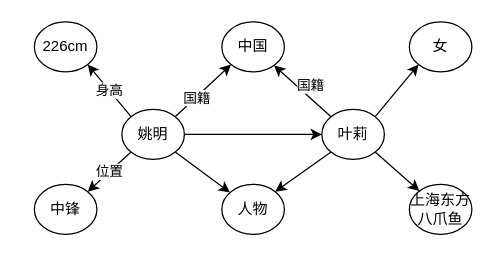
Dionysusssss/GraduationDesign2 keeps this draw.io diagram as kgexample.drawio. Above is the earlier version. Source tidied: cells renumbered, new cells numbered last; positions are measured from the earlier drawing's top-left corner, leaving out a move shared by most shapes. Both pictures are drawn from the tidied source at 125%, with x=0, y=0 at pixel (34, 21).
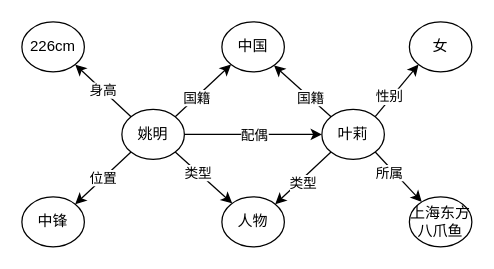
After the change.

Unchanged cells that the change refers to:
```xml
<mxCell id="2" style="edgeStyle=orthogonalEdgeStyle;rounded=0;jettySize=auto;html=1;" parent="1" edge="1" source="8" target="14">
  <mxGeometry relative="1" as="geometry" />
</mxCell>
<mxCell id="7" style="edgeStyle=none;rounded=0;jettySize=auto;html=1;exitX=1;exitY=1;exitDx=0;exitDy=0;" parent="1" edge="1" source="8" target="16">
  <mxGeometry relative="1" as="geometry" />
</mxCell>
<mxCell id="10" style="edgeStyle=none;rounded=0;jettySize=auto;html=1;exitX=0;exitY=0;exitDx=0;exitDy=0;" parent="1" edge="1" source="14" target="15">
  <mxGeometry relative="1" as="geometry" />
</mxCell>
<mxCell id="12" style="edgeStyle=none;rounded=0;jettySize=auto;html=1;exitX=1;exitY=0;exitDx=0;exitDy=0;entryX=0;entryY=1;entryDx=0;entryDy=0;" parent="1" edge="1" source="14" target="17">
  <mxGeometry relative="1" as="geometry" />
</mxCell>
```

What changed in the source:
```diff
@@
+    <mxCell id="21" value="配偶" style="edgeLabel;html=1;align=center;verticalAlign=middle;" parent="2" vertex="1">
+      <mxGeometry x="0.2" y="-3" relative="1" as="geometry">
+        <mxPoint x="-11" y="-3" as="offset" />
+      </mxGeometry>
+    </mxCell>
@@
+    <mxCell id="22" value="类型" style="edgeLabel;html=1;align=center;verticalAlign=middle;" parent="7" vertex="1">
+      <mxGeometry x="-0.46" relative="1" as="geometry">
+        <mxPoint x="5" y="5" as="offset" />
+      </mxGeometry>
+    </mxCell>
@@
     <mxCell id="11" value="国籍" style="edgeLabel;html=1;align=center;verticalAlign=middle;" parent="10" vertex="1">
       <mxGeometry x="-0.4" y="-2" relative="1" as="geometry">
-        <mxPoint x="-5" y="-12" as="offset" />
+        <mxPoint x="-5" y="-2" as="offset" />
       </mxGeometry>
     </mxCell>
@@
+    <mxCell id="23" value="性别" style="edgeLabel;html=1;align=center;verticalAlign=middle;" parent="12" vertex="1">
+      <mxGeometry x="-0.45" y="-2" relative="1" as="geometry">
+        <mxPoint y="-6" as="offset" />
+      </mxGeometry>
+    </mxCell>
@@
     <mxCell id="16" value="人物" style="ellipse;whiteSpace=wrap;html=1;" parent="1" vertex="1">
-      <mxGeometry x="150" y="130" width="50" height="40" as="geometry" />
+      <mxGeometry x="150" y="140" width="50" height="40" as="geometry" />
     </mxCell>
@@
     <mxCell id="18" value="226cm" style="ellipse;whiteSpace=wrap;html=1;" parent="1" vertex="1">
-      <mxGeometry width="50" height="40" as="geometry" />
+      <mxGeometry x="-10" width="50" height="40" as="geometry" />
     </mxCell>
     <mxCell id="19" value="中锋" style="ellipse;whiteSpace=wrap;html=1;" parent="1" vertex="1">
-      <mxGeometry y="130" width="50" height="40" as="geometry" />
+      <mxGeometry x="-10" y="140" width="50" height="40" as="geometry" />
     </mxCell>
     <mxCell id="20" value="上海东方八爪鱼" style="ellipse;whiteSpace=wrap;html=1;" parent="1" vertex="1">
-      <mxGeometry x="300" y="130" width="50" height="40" as="geometry" />
+      <mxGeometry x="300" y="140" width="50" height="40" as="geometry" />
     </mxCell>
+    <mxCell id="24" value="类型" style="edgeLabel;html=1;align=center;verticalAlign=middle;" parent="1" vertex="1">
+      <mxGeometry x="130" y="120" as="geometry">
+        <mxPoint x="84" y="8" as="offset" />
+      </mxGeometry>
+    </mxCell>
+    <mxCell id="25" value="所属" style="edgeLabel;html=1;align=center;verticalAlign=middle;" parent="1" vertex="1">
+      <mxGeometry x="185" y="100" as="geometry">
+        <mxPoint x="98" y="20" as="offset" />
+      </mxGeometry>
+    </mxCell>
```
